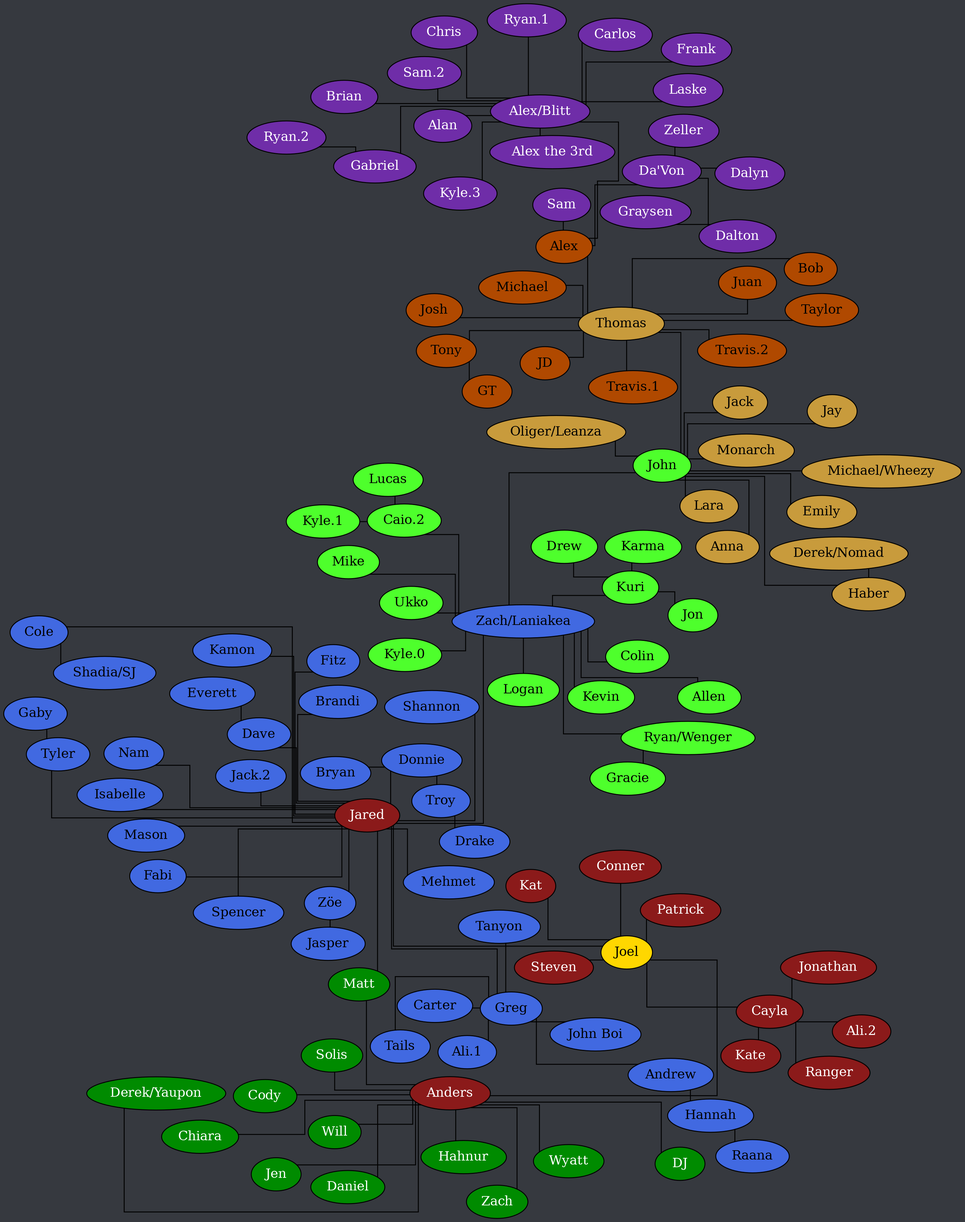
Before: tree.png, a diagram exported from Graphviz (Documidas/CoronaCatzFamilyTree). Its source is kept beside it as tree.dot.
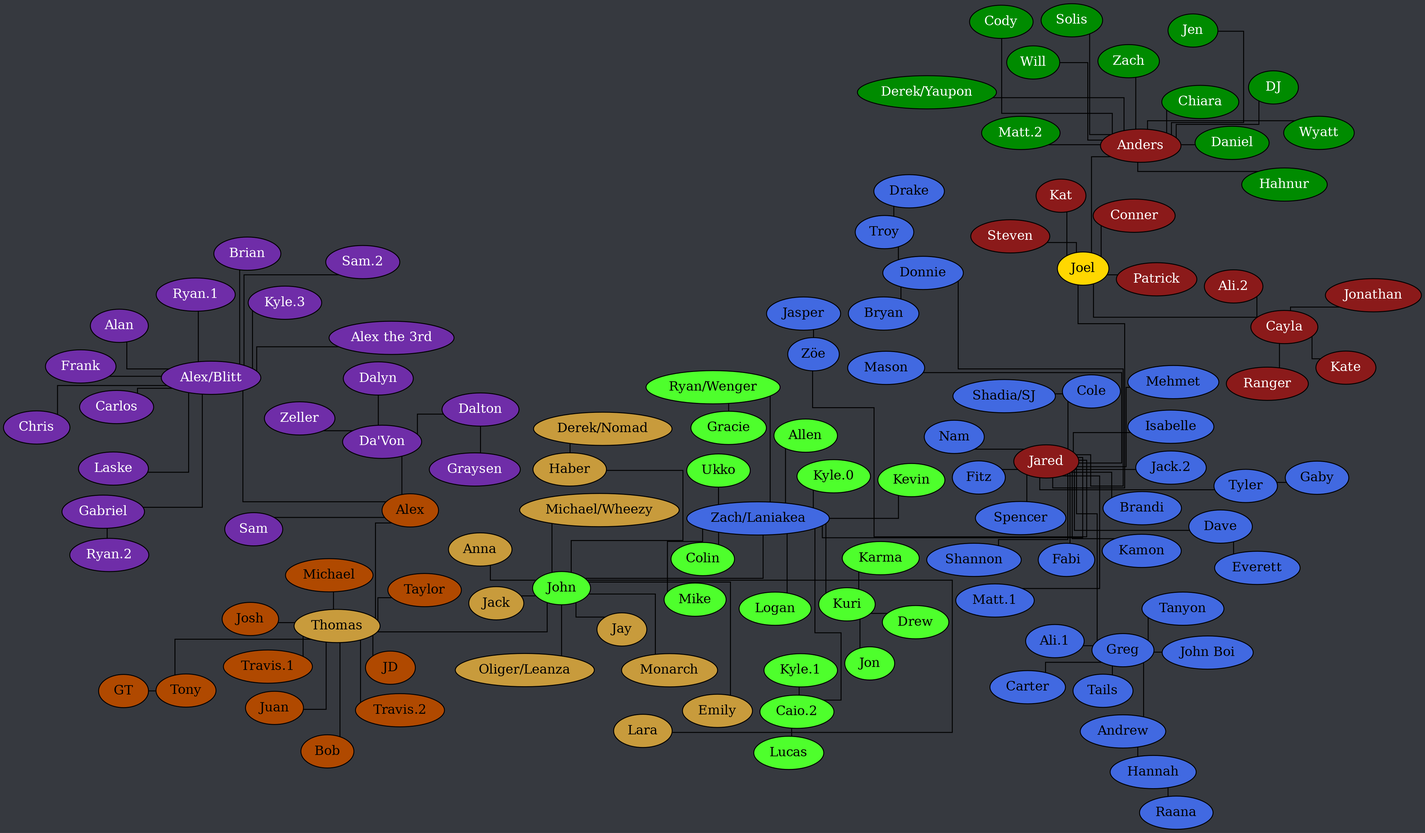
Above is the later version.

Commit message:
Fix Matt conflict

Change to the diagram source:
```diff
@@ -38,7 +38,7 @@
 		Anders -- DJ;
 		Anders -- Hahnur;
 		Anders -- Jen;
-		Anders -- Matt;
+		Anders -- "Matt.2";
 		Anders -- Solis;
 		Anders -- Will;
 		Anders -- Wyatt;
@@ -71,7 +71,7 @@
 		Jared -- Greg;
 		Jared -- Isabelle;
 		Jared -- Mason;
-		Jared -- Matt;
+		Jared -- "Matt.1";
 		Jared -- Mehmet;
 		Jared -- Nam;
 		Jared -- Shannon;
```
